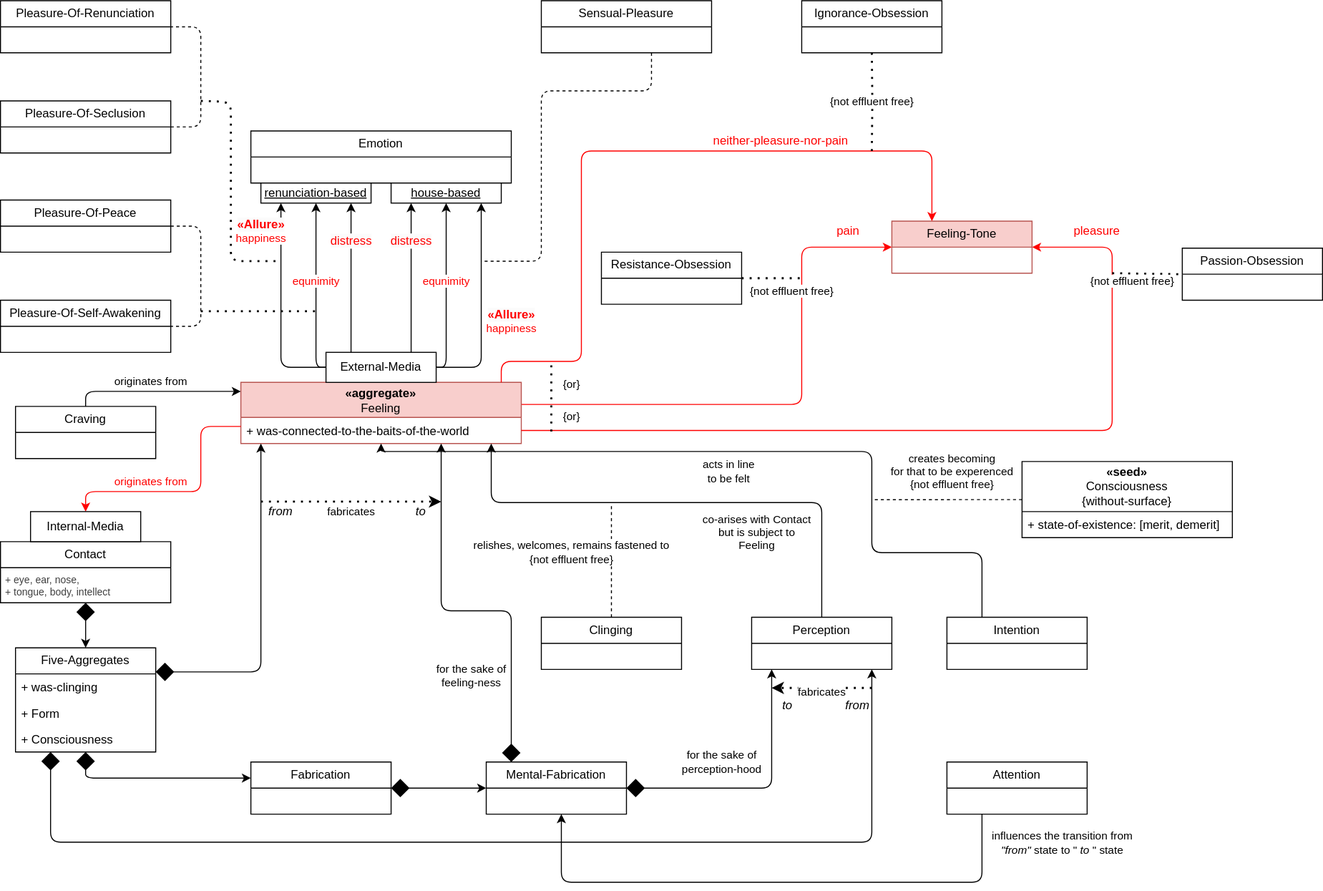
Earlier version of the draw.io export threes/comprehend_feeling_classes.drawio.svg (suttaplayer/dn34-PROGRESSING-BY-TENS). Source tidied: cells renumbered, new cells last; positions are measured from the earlier drawing's top-left corner, leaving out a move shared by most shapes.
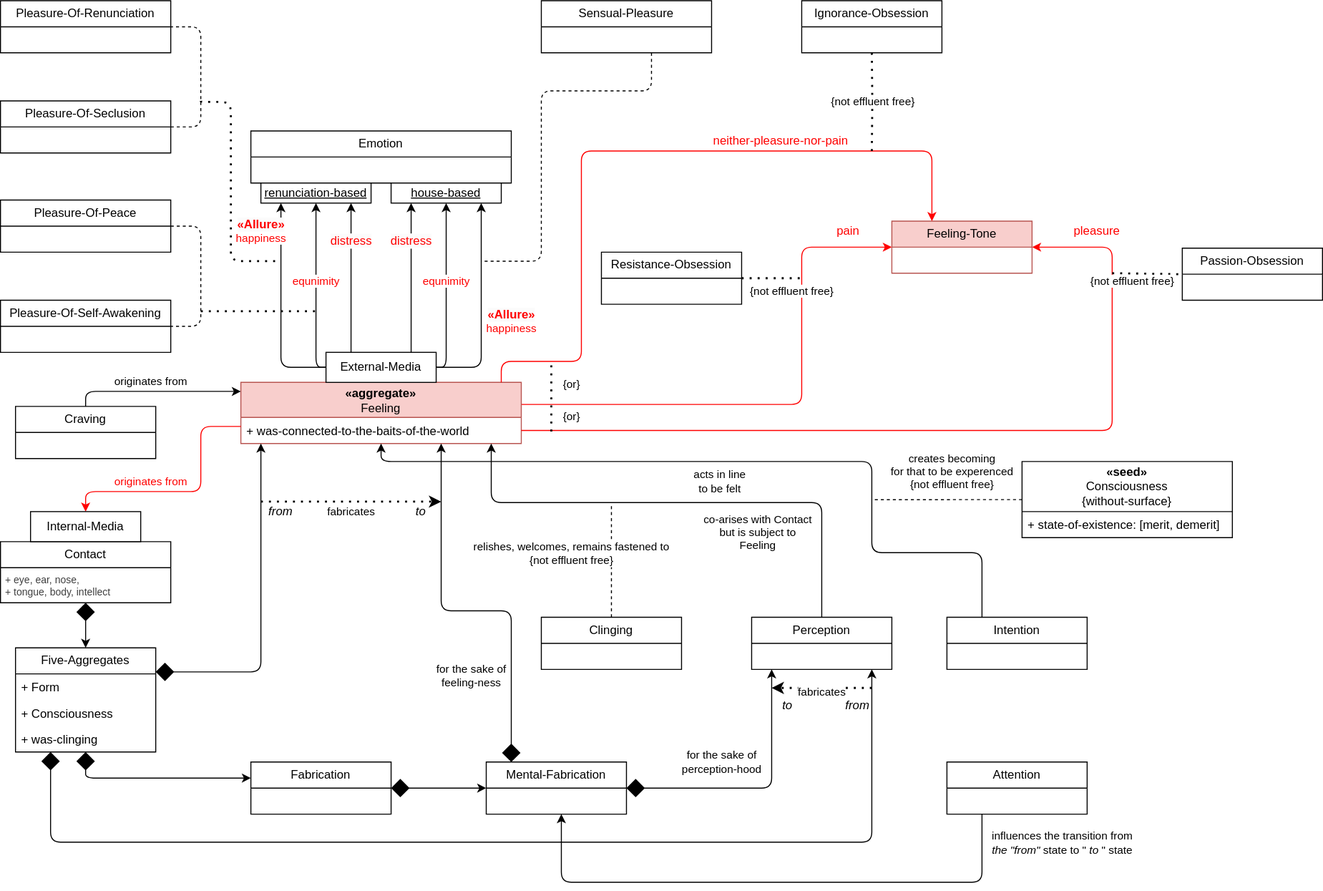
The same diagram one commit later.

What changed in the source:
```diff
@@ -120,7 +120,8 @@
         <Array as="points">
           <mxPoint x="980" y="551" />
           <mxPoint x="870" y="551" />
-          <mxPoint x="870" y="450" />
+          <mxPoint x="870" y="460" />
+          <mxPoint x="380" y="460" />
         </Array>
       </mxGeometry>
     </mxCell>
@@ -232,15 +233,15 @@
     <mxCell id="45" value="Five-Aggregates" style="swimlane;fontStyle=0;horizontal=1;startSize=26;fillColor=none;whiteSpace=wrap;html=1;" parent="1" vertex="1">
       <mxGeometry x="15" y="646" width="140" height="104" as="geometry" />
     </mxCell>
-    <mxCell id="46" value="+ was-clinging" style="text;strokeColor=none;fillColor=none;align=left;verticalAlign=top;spacingLeft=4;spacingRight=4;overflow=hidden;whiteSpace=wrap;html=1;" parent="45" vertex="1">
-      <mxGeometry y="26" width="140" height="26" as="geometry" />
-    </mxCell>
     <mxCell id="47" value="+ Form" style="text;strokeColor=none;fillColor=none;align=left;verticalAlign=top;spacingLeft=4;spacingRight=4;overflow=hidden;whiteSpace=wrap;html=1;" parent="45" vertex="1">
-      <mxGeometry y="52" width="140" height="26" as="geometry" />
+      <mxGeometry y="26" width="140" height="26" as="geometry" />
     </mxCell>
     <mxCell id="48" value="+ Consciousness" style="text;strokeColor=none;fillColor=none;align=left;verticalAlign=top;spacingLeft=4;spacingRight=4;overflow=hidden;whiteSpace=wrap;html=1;" parent="45" vertex="1">
-      <mxGeometry y="78" width="140" height="26" as="geometry" />
+      <mxGeometry y="52" width="140" height="26" as="geometry" />
     </mxCell>
+    <mxCell id="46" value="+ was-clinging" style="text;strokeColor=none;fillColor=none;align=left;verticalAlign=top;spacingLeft=4;spacingRight=4;overflow=hidden;whiteSpace=wrap;html=1;" parent="45" vertex="1">
+      <mxGeometry y="78" width="140" height="26" as="geometry" />
+    </mxCell>
     <mxCell id="49" style="edgeStyle=none;html=1;startArrow=diamond;startFill=1;startSize=16;" parent="1" edge="1" source="10" target="45">
       <mxGeometry relative="1" as="geometry" />
     </mxCell>
@@ -357,7 +358,7 @@
     <mxCell id="73" value="{or}" style="text;html=1;align=left;verticalAlign=top;whiteSpace=wrap;rounded=0;fontSize=11;" parent="1" vertex="1">
       <mxGeometry x="560" y="401.5" width="30" height="20" as="geometry" />
     </mxCell>
-    <mxCell id="74" value="influences the transition from&lt;div&gt;&lt;i&gt;&quot;from&quot;&lt;/i&gt; state to &quot;&lt;i&gt;to&lt;/i&gt;&quot; state&lt;/div&gt;" style="edgeStyle=orthogonalEdgeStyle;html=1;exitX=0.25;exitY=1;exitDx=0;exitDy=0;" parent="1" edge="1" source="75" target="44">
+    <mxCell id="74" value="influences the transition from&amp;nbsp;&lt;div&gt;&lt;i&gt;the &quot;from&quot;&lt;/i&gt; state to &quot;&lt;i&gt;to&lt;/i&gt;&quot; state&lt;/div&gt;" style="edgeStyle=orthogonalEdgeStyle;html=1;exitX=0.25;exitY=1;exitDx=0;exitDy=0;" parent="1" edge="1" source="75" target="44">
       <mxGeometry x="-0.9" y="80" relative="1" as="geometry">
         <Array as="points">
           <mxPoint x="980" y="880" />
```
